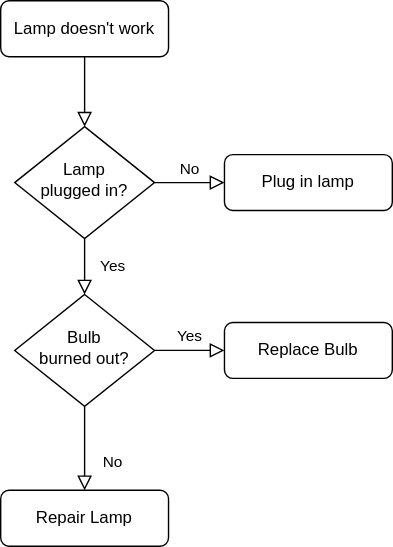
This is lukykrill/super diagram.drawio.svg from PetrMachacka/diagrams.net, a draw.io export, as it was before one commit. Source tidied: cells renumbered, new cells last; positions are measured from the earlier drawing's top-left corner, leaving out a move shared by most shapes. Source of this version:
```xml
<mxGraphModel>
  <root>
    <mxCell id="0" />
    <mxCell id="1" parent="0" />
    <mxCell id="2" style="rounded=0;html=1;jettySize=auto;fontSize=11;endArrow=block;endFill=0;endSize=8;strokeWidth=1;shadow=0;labelBackgroundColor=none;edgeStyle=orthogonalEdgeStyle;" parent="1" edge="1" source="3" target="6">
      <mxGeometry relative="1" as="geometry" />
    </mxCell>
    <mxCell id="3" value="Lamp doesn't work" style="rounded=1;whiteSpace=wrap;html=1;fontSize=12;glass=0;strokeWidth=1;shadow=0;" parent="1" vertex="1">
      <mxGeometry width="120" height="40" as="geometry" />
    </mxCell>
    <mxCell id="4" value="Yes" style="rounded=0;html=1;jettySize=auto;fontSize=11;endArrow=block;endFill=0;endSize=8;strokeWidth=1;shadow=0;labelBackgroundColor=none;edgeStyle=orthogonalEdgeStyle;" parent="1" edge="1" source="6" target="10">
      <mxGeometry y="20" relative="1" as="geometry" />
    </mxCell>
    <mxCell id="5" value="No" style="edgeStyle=orthogonalEdgeStyle;rounded=0;html=1;jettySize=auto;fontSize=11;endArrow=block;endFill=0;endSize=8;strokeWidth=1;shadow=0;labelBackgroundColor=none;" parent="1" edge="1" source="6" target="7">
      <mxGeometry y="10" relative="1" as="geometry" />
    </mxCell>
    <mxCell id="6" value="Lamp&lt;br&gt;plugged in?" style="rhombus;whiteSpace=wrap;html=1;shadow=0;fontFamily=Helvetica;fontSize=12;align=center;strokeWidth=1;spacing=6;spacingTop=-4;" parent="1" vertex="1">
      <mxGeometry x="10" y="90" width="100" height="80" as="geometry" />
    </mxCell>
    <mxCell id="7" value="Plug in lamp" style="rounded=1;whiteSpace=wrap;html=1;fontSize=12;glass=0;strokeWidth=1;shadow=0;" parent="1" vertex="1">
      <mxGeometry x="160" y="110" width="120" height="40" as="geometry" />
    </mxCell>
    <mxCell id="8" value="No" style="rounded=0;html=1;jettySize=auto;fontSize=11;endArrow=block;endFill=0;endSize=8;strokeWidth=1;shadow=0;labelBackgroundColor=none;edgeStyle=orthogonalEdgeStyle;" parent="1" edge="1" source="10" target="11">
      <mxGeometry x="0.33" y="20" relative="1" as="geometry" />
    </mxCell>
    <mxCell id="9" value="Yes" style="edgeStyle=orthogonalEdgeStyle;rounded=0;html=1;jettySize=auto;fontSize=11;endArrow=block;endFill=0;endSize=8;strokeWidth=1;shadow=0;labelBackgroundColor=none;" parent="1" edge="1" source="10" target="12">
      <mxGeometry y="10" relative="1" as="geometry" />
    </mxCell>
    <mxCell id="10" value="Bulb&lt;br&gt;burned out?" style="rhombus;whiteSpace=wrap;html=1;shadow=0;fontFamily=Helvetica;fontSize=12;align=center;strokeWidth=1;spacing=6;spacingTop=-4;" parent="1" vertex="1">
      <mxGeometry x="10" y="210" width="100" height="80" as="geometry" />
    </mxCell>
    <mxCell id="11" value="Repair Lamp" style="rounded=1;whiteSpace=wrap;html=1;fontSize=12;glass=0;strokeWidth=1;shadow=0;" parent="1" vertex="1">
      <mxGeometry y="350" width="120" height="40" as="geometry" />
    </mxCell>
    <mxCell id="12" value="Replace Bulb" style="rounded=1;whiteSpace=wrap;html=1;fontSize=12;glass=0;strokeWidth=1;shadow=0;" parent="1" vertex="1">
      <mxGeometry x="160" y="230" width="120" height="40" as="geometry" />
    </mxCell>
  </root>
</mxGraphModel>
```
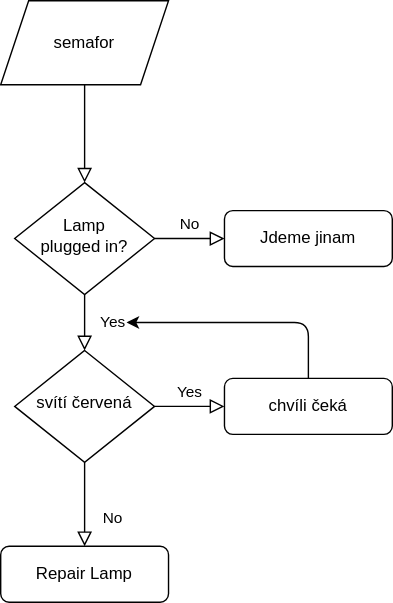
The same diagram one commit later.

Diff of the diagram source:
```diff
@@ -2,12 +2,6 @@
   <root>
     <mxCell id="0" />
     <mxCell id="1" parent="0" />
-    <mxCell id="2" style="rounded=0;html=1;jettySize=auto;fontSize=11;endArrow=block;endFill=0;endSize=8;strokeWidth=1;shadow=0;labelBackgroundColor=none;edgeStyle=orthogonalEdgeStyle;" parent="1" edge="1" source="3" target="6">
-      <mxGeometry relative="1" as="geometry" />
-    </mxCell>
-    <mxCell id="3" value="Lamp doesn't work" style="rounded=1;whiteSpace=wrap;html=1;fontSize=12;glass=0;strokeWidth=1;shadow=0;" parent="1" vertex="1">
-      <mxGeometry width="120" height="40" as="geometry" />
-    </mxCell>
     <mxCell id="4" value="Yes" style="rounded=0;html=1;jettySize=auto;fontSize=11;endArrow=block;endFill=0;endSize=8;strokeWidth=1;shadow=0;labelBackgroundColor=none;edgeStyle=orthogonalEdgeStyle;" parent="1" edge="1" source="6" target="10">
       <mxGeometry y="20" relative="1" as="geometry" />
     </mxCell>
@@ -17,7 +11,7 @@
     <mxCell id="6" value="Lamp&lt;br&gt;plugged in?" style="rhombus;whiteSpace=wrap;html=1;shadow=0;fontFamily=Helvetica;fontSize=12;align=center;strokeWidth=1;spacing=6;spacingTop=-4;" parent="1" vertex="1">
       <mxGeometry x="10" y="90" width="100" height="80" as="geometry" />
     </mxCell>
-    <mxCell id="7" value="Plug in lamp" style="rounded=1;whiteSpace=wrap;html=1;fontSize=12;glass=0;strokeWidth=1;shadow=0;" parent="1" vertex="1">
+    <mxCell id="7" value="Jdeme jinam" style="rounded=1;whiteSpace=wrap;html=1;fontSize=12;glass=0;strokeWidth=1;shadow=0;" parent="1" vertex="1">
       <mxGeometry x="160" y="110" width="120" height="40" as="geometry" />
     </mxCell>
     <mxCell id="8" value="No" style="rounded=0;html=1;jettySize=auto;fontSize=11;endArrow=block;endFill=0;endSize=8;strokeWidth=1;shadow=0;labelBackgroundColor=none;edgeStyle=orthogonalEdgeStyle;" parent="1" edge="1" source="10" target="11">
@@ -26,14 +20,28 @@
     <mxCell id="9" value="Yes" style="edgeStyle=orthogonalEdgeStyle;rounded=0;html=1;jettySize=auto;fontSize=11;endArrow=block;endFill=0;endSize=8;strokeWidth=1;shadow=0;labelBackgroundColor=none;" parent="1" edge="1" source="10" target="12">
       <mxGeometry y="10" relative="1" as="geometry" />
     </mxCell>
-    <mxCell id="10" value="Bulb&lt;br&gt;burned out?" style="rhombus;whiteSpace=wrap;html=1;shadow=0;fontFamily=Helvetica;fontSize=12;align=center;strokeWidth=1;spacing=6;spacingTop=-4;" parent="1" vertex="1">
+    <mxCell id="10" value="svítí červená" style="rhombus;whiteSpace=wrap;html=1;shadow=0;fontFamily=Helvetica;fontSize=12;align=center;strokeWidth=1;spacing=6;spacingTop=-4;" parent="1" vertex="1">
       <mxGeometry x="10" y="210" width="100" height="80" as="geometry" />
     </mxCell>
     <mxCell id="11" value="Repair Lamp" style="rounded=1;whiteSpace=wrap;html=1;fontSize=12;glass=0;strokeWidth=1;shadow=0;" parent="1" vertex="1">
       <mxGeometry y="350" width="120" height="40" as="geometry" />
     </mxCell>
-    <mxCell id="12" value="Replace Bulb" style="rounded=1;whiteSpace=wrap;html=1;fontSize=12;glass=0;strokeWidth=1;shadow=0;" parent="1" vertex="1">
+    <mxCell id="12" value="chvíli čeká" style="rounded=1;whiteSpace=wrap;html=1;fontSize=12;glass=0;strokeWidth=1;shadow=0;" parent="1" vertex="1">
       <mxGeometry x="160" y="230" width="120" height="40" as="geometry" />
     </mxCell>
+    <mxCell id="13" value="semafor" style="shape=parallelogram;perimeter=parallelogramPerimeter;whiteSpace=wrap;html=1;fixedSize=1;" parent="1" vertex="1">
+      <mxGeometry y="-40" width="120" height="60" as="geometry" />
+    </mxCell>
+    <mxCell id="14" value="&lt;br&gt;" style="rounded=0;html=1;jettySize=auto;fontSize=11;endArrow=block;endFill=0;endSize=8;strokeWidth=1;shadow=0;labelBackgroundColor=none;edgeStyle=orthogonalEdgeStyle;exitX=0.5;exitY=1;exitDx=0;exitDy=0;entryX=0.5;entryY=0;entryDx=0;entryDy=0;" parent="1" edge="1" source="13" target="6">
+      <mxGeometry y="20" relative="1" as="geometry" />
+    </mxCell>
+    <mxCell id="15" style="endArrow=classic;html=1;exitX=0.5;exitY=0;exitDx=0;exitDy=0;" parent="1" edge="1" source="12">
+      <mxGeometry relative="1" as="geometry">
+        <mxPoint x="90" y="190" as="targetPoint" />
+        <Array as="points">
+          <mxPoint x="220" y="190" />
+        </Array>
+      </mxGeometry>
+    </mxCell>
   </root>
 </mxGraphModel>
```
